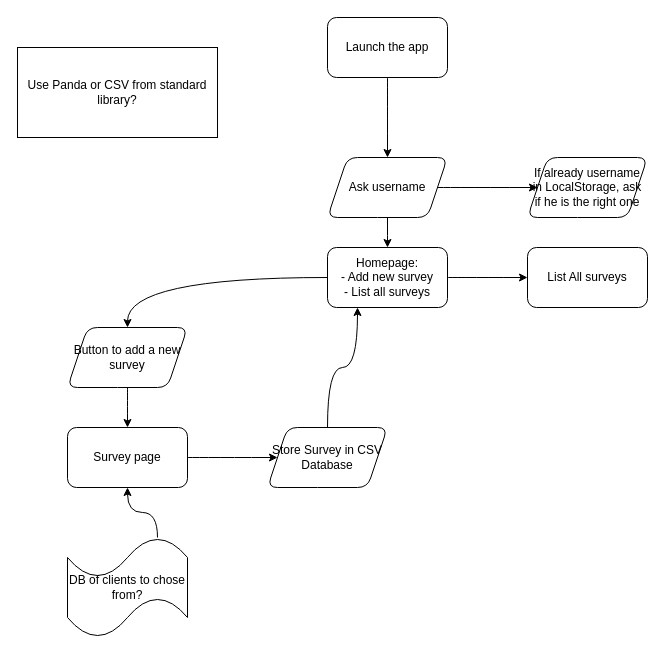
The draw.io diagram diagram.drawio in dvdbnz/Reporting-Tool, before the edit. Source tidied: cells renumbered, new cells numbered last; positions are measured from the earlier drawing's top-left corner, leaving out a move shared by most shapes. Both pictures are drawn from the tidied source at 100%, with x=0, y=0 at pixel (17, 17).
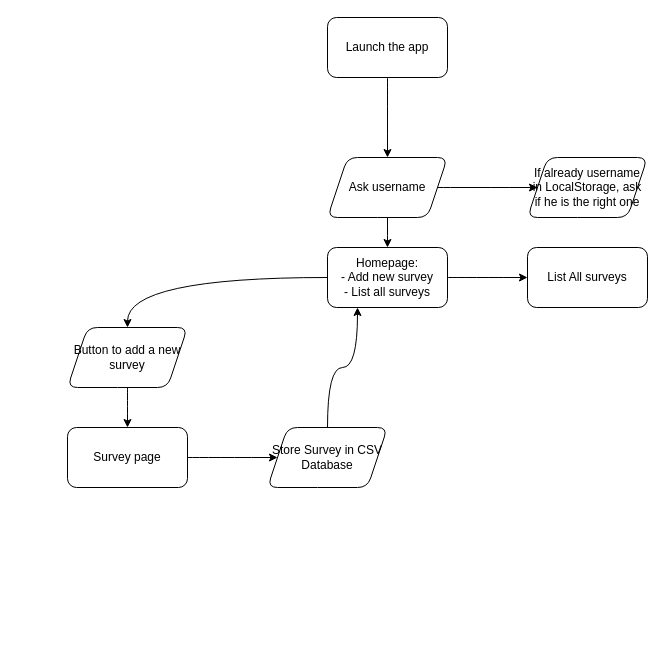
The same page after the edit.

Unchanged cells that the change refers to:
```xml
<mxCell id="11" value="Survey page" style="whiteSpace=wrap;html=1;rounded=1;" parent="1" vertex="1">
  <mxGeometry x="50" y="410" width="120" height="60" as="geometry" />
</mxCell>
```

Change to the diagram source:
```diff
@@
-    <mxCell id="17" style="edgeStyle=orthogonalEdgeStyle;jettySize=auto;html=1;exitX=0.75;exitY=0;exitDx=0;exitDy=0;exitPerimeter=0;entryX=0.5;entryY=1;entryDx=0;entryDy=0;curved=1;" parent="1" edge="1" source="18" target="11">
-      <mxGeometry relative="1" as="geometry" />
-    </mxCell>
-    <mxCell id="18" value="DB of clients to chose from?" style="shape=tape;whiteSpace=wrap;html=1;rounded=1;" parent="1" vertex="1">
-      <mxGeometry x="50" y="520" width="120" height="100" as="geometry" />
-    </mxCell>
@@
-    <mxCell id="20" value="Use Panda or CSV from standard library?" style="rounded=0;whiteSpace=wrap;html=1;" parent="1" vertex="1">
-      <mxGeometry y="30" width="200" height="90" as="geometry" />
-    </mxCell>
```
